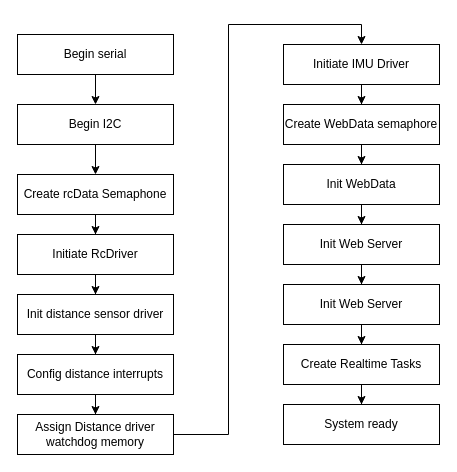
Before: umlDiagram/InitMain.drawio in JoanICG/Collision_avoidance_module_for_UAV, a draw.io diagram. Source tidied: cells renumbered, new cells numbered last; positions are measured from the earlier drawing's top-left corner, leaving out a move shared by most shapes. Both pictures are drawn from the tidied source at 100%, with x=0, y=0 at pixel (17, 34).
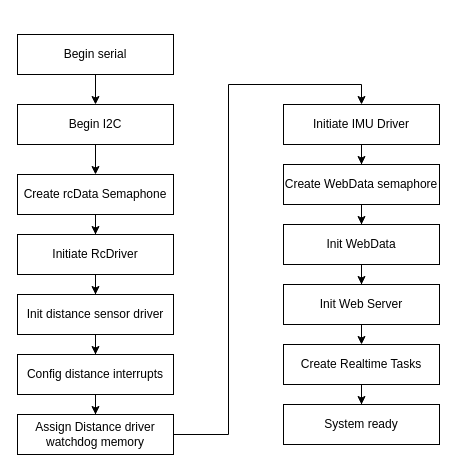
The same diagram, later.

The change refers to these unchanged cells:
```xml
<mxCell id="27" value="Create Realtime Tasks" style="rounded=0;whiteSpace=wrap;html=1;" parent="1" vertex="1">
  <mxGeometry x="266" y="310" width="156" height="40" as="geometry" />
</mxCell>
```

Diff of the diagram source:
```diff
@@
     <mxCell id="17" value="Create WebData semaphore" style="rounded=0;whiteSpace=wrap;html=1;" parent="1" vertex="1">
-      <mxGeometry x="266" y="70" width="156" height="40" as="geometry" />
+      <mxGeometry x="266" y="130" width="156" height="40" as="geometry" />
     </mxCell>
@@
     <mxCell id="19" value="Init WebData" style="rounded=0;whiteSpace=wrap;html=1;" parent="1" vertex="1">
-      <mxGeometry x="266" y="130" width="156" height="40" as="geometry" />
+      <mxGeometry x="266" y="190" width="156" height="40" as="geometry" />
     </mxCell>
-    <mxCell id="20" style="edgeStyle=orthogonalEdgeStyle;rounded=0;jettySize=auto;html=1;entryX=0.5;entryY=0;entryDx=0;entryDy=0;" parent="1" edge="1" source="21" target="23">
-      <mxGeometry relative="1" as="geometry" />
+    <mxCell id="20" style="edgeStyle=orthogonalEdgeStyle;rounded=0;jettySize=auto;html=1;entryX=0.5;entryY=0;entryDx=0;entryDy=0;" parent="1" edge="1" source="21">
+      <mxGeometry relative="1" as="geometry">
+        <mxPoint x="344" y="310" as="targetPoint" />
+      </mxGeometry>
     </mxCell>
     <mxCell id="21" value="Init Web Server" style="rounded=0;whiteSpace=wrap;html=1;" parent="1" vertex="1">
-      <mxGeometry x="266" y="190" width="156" height="40" as="geometry" />
+      <mxGeometry x="266" y="250" width="156" height="40" as="geometry" />
     </mxCell>
-    <mxCell id="22" style="edgeStyle=orthogonalEdgeStyle;rounded=0;jettySize=auto;html=1;entryX=0.5;entryY=0;entryDx=0;entryDy=0;" parent="1" edge="1" source="23" target="27">
-      <mxGeometry relative="1" as="geometry" />
-    </mxCell>
-    <mxCell id="23" value="Init Web Server" style="rounded=0;whiteSpace=wrap;html=1;" parent="1" vertex="1">
-      <mxGeometry x="266" y="250" width="156" height="40" as="geometry" />
-    </mxCell>
@@
     <mxCell id="25" value="Initiate IMU Driver" style="rounded=0;whiteSpace=wrap;html=1;" parent="1" vertex="1">
-      <mxGeometry x="266" y="10" width="156" height="40" as="geometry" />
+      <mxGeometry x="266" y="70" width="156" height="40" as="geometry" />
     </mxCell>
```
